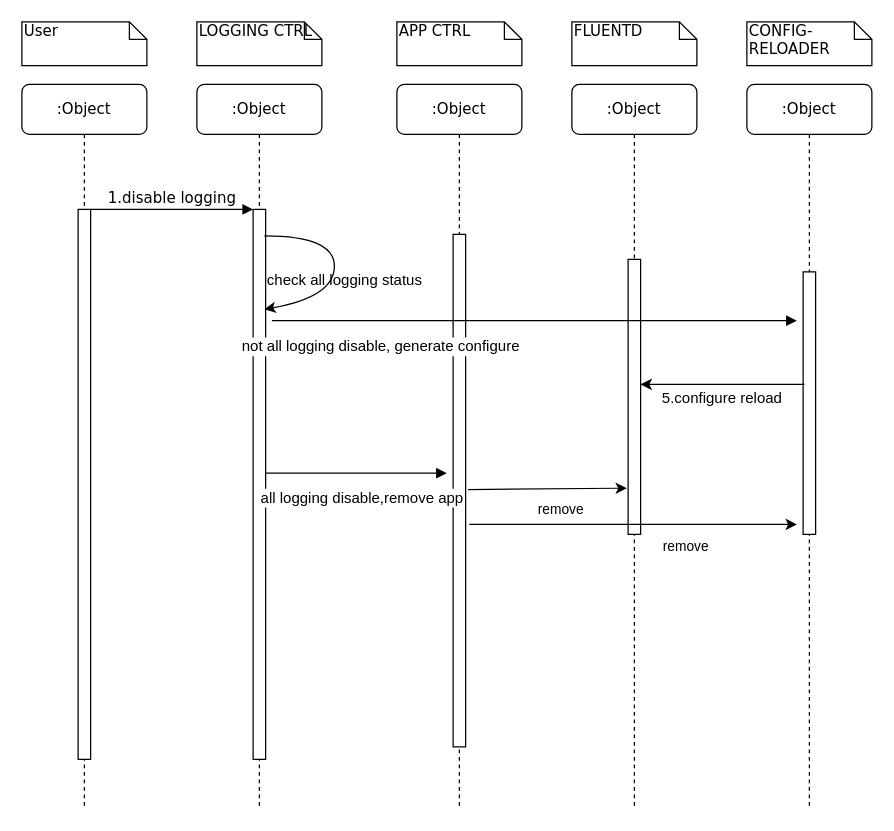
The draw.io diagram disable logging backend workflow Diagram.drawio in aiwantaozi/draw, before the edit. Source tidied: cells renumbered, new cells numbered last; positions are measured from the earlier drawing's top-left corner, leaving out a move shared by most shapes. Both pictures are drawn from the tidied source at 125%, with x=0, y=0 at pixel (21, 21).
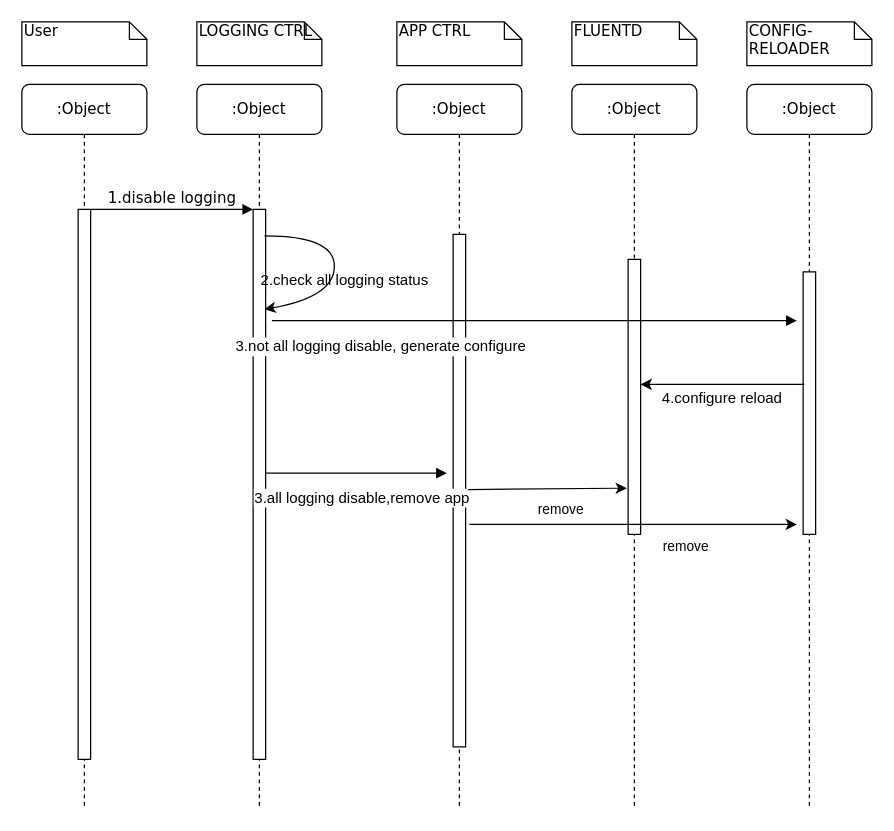
The same diagram, later.

The change refers to these unchanged cells:
```xml
<mxCell id="18" style="html=1;verticalAlign=bottom;endArrow=block;labelBackgroundColor=none;fontFamily=Verdana;fontSize=12;edgeStyle=elbowEdgeStyle;elbow=vertical;" parent="1" edge="1">
  <mxGeometry x="0.68" y="-80" relative="1" as="geometry">
    <mxPoint x="200" y="239" as="sourcePoint" />
    <mxPoint x="620" y="239" as="targetPoint" />
  </mxGeometry>
</mxCell>
<mxCell id="20" style="endArrow=classic;html=1;entryX=1;entryY=0.75;entryDx=0;entryDy=0;entryPerimeter=0;" parent="1" edge="1">
  <mxGeometry relative="1" as="geometry">
    <mxPoint x="626" y="290" as="sourcePoint" />
    <mxPoint x="495" y="290" as="targetPoint" />
  </mxGeometry>
</mxCell>
<mxCell id="24" style="html=1;verticalAlign=bottom;endArrow=block;labelBackgroundColor=none;fontFamily=Verdana;fontSize=12;edgeStyle=elbowEdgeStyle;elbow=vertical;" parent="1" edge="1" source="3">
  <mxGeometry x="1" y="-176" relative="1" as="geometry">
    <mxPoint x="340" y="361" as="targetPoint" />
    <Array as="points">
      <mxPoint x="240" y="361" />
    </Array>
    <mxPoint x="166" y="-117" as="offset" />
  </mxGeometry>
</mxCell>
```

Change to the diagram source:
```diff
@@
-    <mxCell id="19" value="not all logging disable, generate configure" style="text;html=1;align=center;verticalAlign=middle;labelBackgroundColor=#ffffff;" parent="18" vertex="1">
+    <mxCell id="19" value="3.not all logging disable, generate configure" style="text;html=1;align=center;verticalAlign=middle;labelBackgroundColor=#ffffff;" parent="18" vertex="1">
       <mxGeometry x="-0.72" y="-1" relative="1" as="geometry">
         <mxPoint x="27" y="19" as="offset" />
       </mxGeometry>
     </mxCell>
@@
-    <mxCell id="21" value="5.configure reload" style="text;html=1;align=center;verticalAlign=middle;labelBackgroundColor=#ffffff;" parent="20" vertex="1">
+    <mxCell id="21" value="4.configure reload" style="text;html=1;align=center;verticalAlign=middle;labelBackgroundColor=#ffffff;" parent="20" vertex="1">
       <mxGeometry x="0.54" y="1" relative="1" as="geometry">
         <mxPoint x="34" y="9" as="offset" />
       </mxGeometry>
     </mxCell>
@@
-    <mxCell id="23" value="check all logging status" style="text;html=1;align=center;verticalAlign=middle;" parent="1" vertex="1">
-      <mxGeometry x="188" y="197" width="140" height="20" as="geometry" />
+    <mxCell id="23" value="2.check all logging status" style="text;html=1;align=center;verticalAlign=middle;" parent="1" vertex="1">
+      <mxGeometry x="183" y="197" width="150" height="20" as="geometry" />
     </mxCell>
@@
-    <mxCell id="25" value="all logging disable,remove app" style="text;html=1;align=center;verticalAlign=middle;labelBackgroundColor=#ffffff;" parent="24" vertex="1">
+    <mxCell id="25" value="3.all logging disable,remove app" style="text;html=1;align=center;verticalAlign=middle;labelBackgroundColor=#ffffff;" parent="24" vertex="1">
       <mxGeometry x="-0.72" y="-1" relative="1" as="geometry">
         <mxPoint x="56" y="18" as="offset" />
       </mxGeometry>
     </mxCell>
```
